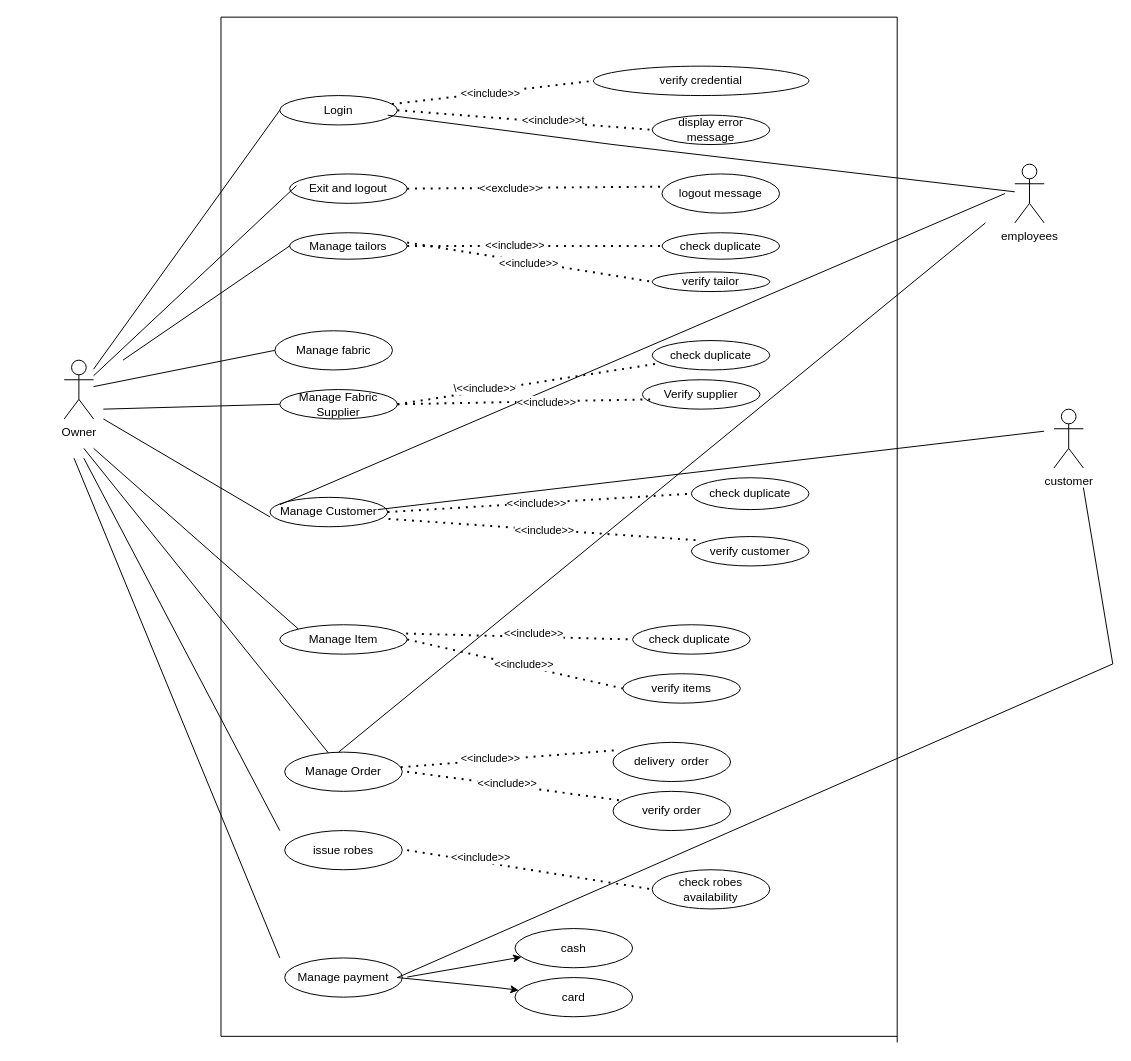
This is Untitled Diagram.drawio from sarasiVidumini/drawio, a draw.io file, before an edit. Source tidied: cells renumbered, new cells numbered last; positions are measured from the earlier drawing's top-left corner, leaving out a move shared by most shapes. Both pictures are drawn from the tidied source at 98%, with x=0, y=0 at pixel (64, 17).
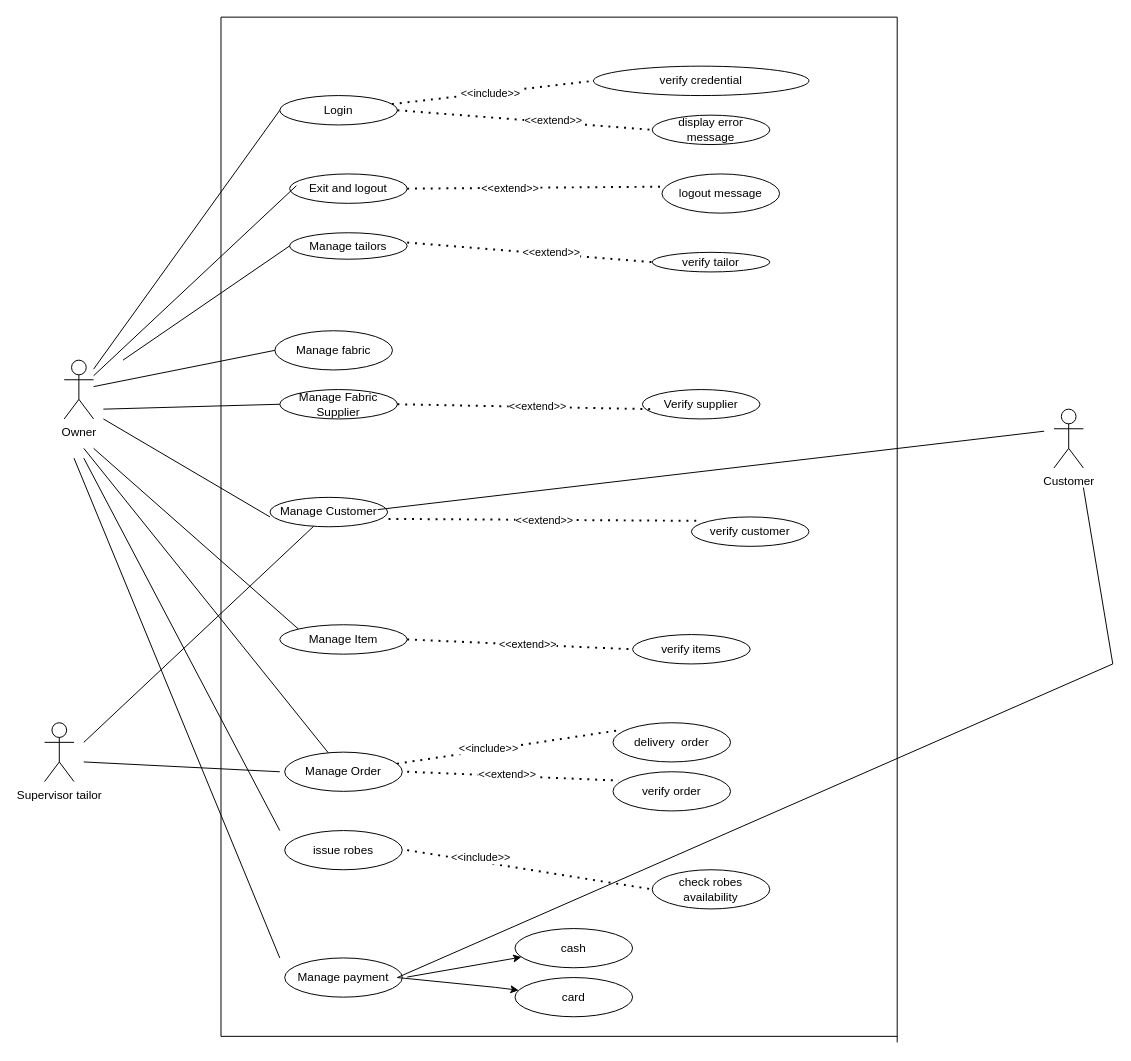
Above is the later version.

The change refers to these unchanged cells:
```xml
<mxCell id="4" value="Login" style="ellipse;whiteSpace=wrap;html=1;" parent="1" vertex="1">
  <mxGeometry x="220" y="80" width="120" height="30" as="geometry" />
</mxCell>
<mxCell id="6" value="Manage tailors" style="ellipse;whiteSpace=wrap;html=1;" parent="1" vertex="1">
  <mxGeometry x="230" y="220" width="120" height="27" as="geometry" />
</mxCell>
<mxCell id="11" value="Manage Fabric Supplier" style="ellipse;whiteSpace=wrap;html=1;" parent="1" vertex="1">
  <mxGeometry x="220" y="380" width="120" height="30" as="geometry" />
</mxCell>
<mxCell id="12" value="Manage Customer" style="ellipse;whiteSpace=wrap;html=1;" parent="1" vertex="1">
  <mxGeometry x="210" y="490" width="120" height="30" as="geometry" />
</mxCell>
<mxCell id="13" value="Manage Item" style="ellipse;whiteSpace=wrap;html=1;" parent="1" vertex="1">
  <mxGeometry x="220" y="620" width="130" height="30" as="geometry" />
</mxCell>
<mxCell id="52" style="endArrow=none;dashed=1;html=1;dashPattern=1 3;strokeWidth=2;rounded=0;exitX=1;exitY=0.5;exitDx=0;exitDy=0;entryX=0;entryY=0.5;entryDx=0;entryDy=0;" parent="1" edge="1" source="4" target="8">
  <mxGeometry relative="1" as="geometry" />
</mxCell>
<mxCell id="54" style="endArrow=none;dashed=1;html=1;dashPattern=1 3;strokeWidth=2;rounded=0;exitX=1;exitY=0.5;exitDx=0;exitDy=0;entryX=-0.008;entryY=0.325;entryDx=0;entryDy=0;entryPerimeter=0;" parent="1" edge="1" source="5" target="9">
  <mxGeometry relative="1" as="geometry" />
</mxCell>
<mxCell id="58" style="endArrow=none;dashed=1;html=1;dashPattern=1 3;strokeWidth=2;rounded=0;entryX=0;entryY=0.5;entryDx=0;entryDy=0;" parent="1" edge="1" target="20">
  <mxGeometry relative="1" as="geometry">
    <mxPoint x="350" y="230" as="sourcePoint" />
  </mxGeometry>
</mxCell>
<mxCell id="62" style="endArrow=none;dashed=1;html=1;dashPattern=1 3;strokeWidth=2;rounded=0;exitX=1;exitY=0.5;exitDx=0;exitDy=0;entryX=0.083;entryY=0.667;entryDx=0;entryDy=0;entryPerimeter=0;" parent="1" edge="1" source="11" target="19">
  <mxGeometry relative="1" as="geometry" />
</mxCell>
<mxCell id="66" style="endArrow=none;dashed=1;html=1;dashPattern=1 3;strokeWidth=2;rounded=0;exitX=1.008;exitY=0.733;exitDx=0;exitDy=0;exitPerimeter=0;entryX=0.075;entryY=0.133;entryDx=0;entryDy=0;entryPerimeter=0;" parent="1" edge="1" source="12" target="21">
  <mxGeometry relative="1" as="geometry" />
</mxCell>
<mxCell id="70" style="endArrow=none;dashed=1;html=1;dashPattern=1 3;strokeWidth=2;rounded=0;exitX=1;exitY=0.5;exitDx=0;exitDy=0;entryX=0;entryY=0.5;entryDx=0;entryDy=0;" parent="1" edge="1" source="13" target="31">
  <mxGeometry relative="1" as="geometry" />
</mxCell>
<mxCell id="74" style="endArrow=none;dashed=1;html=1;dashPattern=1 3;strokeWidth=2;rounded=0;entryX=0.05;entryY=0.225;entryDx=0;entryDy=0;entryPerimeter=0;" parent="1" edge="1" target="25">
  <mxGeometry relative="1" as="geometry">
    <mxPoint x="350" y="770" as="sourcePoint" />
  </mxGeometry>
</mxCell>
```

What changed in the source:
```diff
@@
-    <mxCell id="3" value="employees" style="shape=umlActor;verticalLabelPosition=bottom;verticalAlign=top;html=1;outlineConnect=0;" parent="1" vertex="1">
-      <mxGeometry x="970" y="150" width="30" height="60" as="geometry" />
-    </mxCell>
@@
-    <mxCell id="15" value="check duplicate" style="ellipse;whiteSpace=wrap;html=1;" parent="1" vertex="1">
-      <mxGeometry x="600" y="330" width="120" height="30" as="geometry" />
-    </mxCell>
-    <mxCell id="16" value="check duplicate" style="ellipse;whiteSpace=wrap;html=1;" parent="1" vertex="1">
-      <mxGeometry x="640" y="470" width="120" height="32.5" as="geometry" />
-    </mxCell>
-    <mxCell id="17" value="check duplicate" style="ellipse;whiteSpace=wrap;html=1;" parent="1" vertex="1">
-      <mxGeometry x="610" y="220" width="120" height="27" as="geometry" />
-    </mxCell>
-    <mxCell id="18" value="check duplicate&amp;nbsp;" style="ellipse;whiteSpace=wrap;html=1;" parent="1" vertex="1">
-      <mxGeometry x="580" y="620" width="120" height="30" as="geometry" />
-    </mxCell>
     <mxCell id="19" value="Verify supplier" style="ellipse;whiteSpace=wrap;html=1;" parent="1" vertex="1">
-      <mxGeometry x="590" y="370" width="120" height="30" as="geometry" />
+      <mxGeometry x="590" y="380" width="120" height="30" as="geometry" />
     </mxCell>
     <mxCell id="20" value="verify tailor" style="ellipse;whiteSpace=wrap;html=1;" parent="1" vertex="1">
-      <mxGeometry x="600" y="260" width="120" height="20" as="geometry" />
+      <mxGeometry x="600" y="240" width="120" height="20" as="geometry" />
     </mxCell>
     <mxCell id="21" value="verify customer" style="ellipse;whiteSpace=wrap;html=1;" parent="1" vertex="1">
-      <mxGeometry x="640" y="530" width="120" height="30" as="geometry" />
+      <mxGeometry x="640" y="510" width="120" height="30" as="geometry" />
     </mxCell>
@@
     <mxCell id="25" value="verify order" style="ellipse;whiteSpace=wrap;html=1;" parent="1" vertex="1">
-      <mxGeometry x="560" y="790" width="120" height="40" as="geometry" />
+      <mxGeometry x="560" y="770" width="120" height="40" as="geometry" />
     </mxCell>
@@
     <mxCell id="31" value="verify items" style="ellipse;whiteSpace=wrap;html=1;" parent="1" vertex="1">
-      <mxGeometry x="570" y="670" width="120" height="30" as="geometry" />
+      <mxGeometry x="580" y="630" width="120" height="30" as="geometry" />
     </mxCell>
     <mxCell id="32" value="delivery&amp;nbsp; order" style="ellipse;whiteSpace=wrap;html=1;" parent="1" vertex="1">
-      <mxGeometry x="560" y="740" width="120" height="40" as="geometry" />
+      <mxGeometry x="560" y="720" width="120" height="40" as="geometry" />
     </mxCell>
@@
-    <mxCell id="43" value="customer" style="shape=umlActor;verticalLabelPosition=bottom;verticalAlign=top;html=1;" parent="1" vertex="1">
+    <mxCell id="43" value="Customer" style="shape=umlActor;verticalLabelPosition=bottom;verticalAlign=top;html=1;" parent="1" vertex="1">
       <mxGeometry x="1010" y="400" width="30" height="60" as="geometry" />
     </mxCell>
-    <mxCell id="44" style="endArrow=none;html=1;rounded=0;exitX=0.917;exitY=0.667;exitDx=0;exitDy=0;exitPerimeter=0;" parent="1" edge="1" source="4" target="3">
-      <mxGeometry relative="1" as="geometry">
-        <Array as="points">
-          <mxPoint x="560" y="130" />
-        </Array>
-      </mxGeometry>
-    </mxCell>
-    <mxCell id="45" style="endArrow=none;html=1;rounded=0;" parent="1" edge="1">
-      <mxGeometry relative="1" as="geometry">
-        <mxPoint x="220" y="497.5" as="sourcePoint" />
-        <mxPoint x="960" y="180" as="targetPoint" />
-      </mxGeometry>
-    </mxCell>
-    <mxCell id="46" style="endArrow=none;html=1;rounded=0;" parent="1" edge="1">
-      <mxGeometry relative="1" as="geometry">
-        <mxPoint x="280" y="750" as="sourcePoint" />
-        <mxPoint x="940" y="210" as="targetPoint" />
-      </mxGeometry>
-    </mxCell>
@@
-    <mxCell id="53" value="&amp;lt;&amp;lt;include&amp;gt;&amp;gt;t" style="edgeLabel;html=1;align=center;verticalAlign=middle;" parent="52" vertex="1">
+    <mxCell id="53" value="&amp;lt;&amp;lt;extend&amp;gt;&amp;gt;" style="edgeLabel;html=1;align=center;verticalAlign=middle;" parent="52" vertex="1">
       <mxGeometry x="0.22" y="2" relative="1" as="geometry" />
     </mxCell>
@@
-    <mxCell id="55" value="&amp;lt;&amp;lt;exclude&amp;gt;&amp;gt;" style="edgeLabel;html=1;align=center;verticalAlign=middle;" parent="54" vertex="1">
+    <mxCell id="55" value="&amp;lt;&amp;lt;extend&amp;gt;&amp;gt;" style="edgeLabel;html=1;align=center;verticalAlign=middle;" parent="54" vertex="1">
       <mxGeometry x="-0.19" relative="1" as="geometry" />
     </mxCell>
-    <mxCell id="56" style="endArrow=none;dashed=1;html=1;dashPattern=1 3;strokeWidth=2;rounded=0;exitX=1;exitY=0.5;exitDx=0;exitDy=0;entryX=0;entryY=0.5;entryDx=0;entryDy=0;" parent="1" edge="1" source="6" target="17">
-      <mxGeometry relative="1" as="geometry" />
-    </mxCell>
-    <mxCell id="57" value="&amp;lt;&amp;lt;include&amp;gt;&amp;gt;" style="edgeLabel;html=1;align=center;verticalAlign=middle;" parent="56" vertex="1">
-      <mxGeometry x="-0.16" y="2" relative="1" as="geometry">
-        <mxPoint y="1" as="offset" />
-      </mxGeometry>
-    </mxCell>
@@
-    <mxCell id="59" value="&amp;lt;&amp;lt;include&amp;gt;&amp;gt;" style="edgeLabel;html=1;align=center;verticalAlign=middle;" parent="58" vertex="1">
-      <mxGeometry x="-0.01" y="-1" relative="1" as="geometry" />
-    </mxCell>
-    <mxCell id="60" style="endArrow=none;dashed=1;html=1;dashPattern=1 3;strokeWidth=2;rounded=0;exitX=1;exitY=0.5;exitDx=0;exitDy=0;" parent="1" edge="1" source="11" target="15">
-      <mxGeometry relative="1" as="geometry" />
-    </mxCell>
-    <mxCell id="61" value="\&amp;lt;&amp;lt;include&amp;gt;&amp;gt;" style="edgeLabel;html=1;align=center;verticalAlign=middle;" parent="60" vertex="1">
-      <mxGeometry x="-0.34" y="3" relative="1" as="geometry" />
-    </mxCell>
+    <mxCell id="83" value="&amp;lt;&amp;lt;extend&amp;gt;&amp;gt;" style="edgeLabel;html=1;align=center;verticalAlign=middle;" parent="58" vertex="1">
+      <mxGeometry x="0.17" y="2" relative="1" as="geometry" />
+    </mxCell>
@@
-    <mxCell id="63" value="&amp;lt;&amp;lt;include&amp;gt;&amp;gt;" style="edgeLabel;html=1;align=center;verticalAlign=middle;" parent="62" vertex="1">
-      <mxGeometry x="0.17" relative="1" as="geometry" />
-    </mxCell>
-    <mxCell id="64" style="endArrow=none;dashed=1;html=1;dashPattern=1 3;strokeWidth=2;rounded=0;exitX=1;exitY=0.5;exitDx=0;exitDy=0;entryX=0;entryY=0.5;entryDx=0;entryDy=0;" parent="1" edge="1" source="12" target="16">
-      <mxGeometry relative="1" as="geometry" />
-    </mxCell>
-    <mxCell id="65" value="&amp;lt;&amp;lt;include&amp;gt;&amp;gt;" style="edgeLabel;html=1;align=center;verticalAlign=middle;" parent="64" vertex="1">
-      <mxGeometry x="-0.02" relative="1" as="geometry" />
-    </mxCell>
+    <mxCell id="84" value="&amp;lt;&amp;lt;extend&amp;gt;&amp;gt;" style="edgeLabel;html=1;align=center;verticalAlign=middle;" parent="62" vertex="1">
+      <mxGeometry x="0.1" y="1" relative="1" as="geometry" />
+    </mxCell>
@@
-    <mxCell id="67" value="&amp;lt;&amp;lt;include&amp;gt;&amp;gt;" style="edgeLabel;html=1;align=center;verticalAlign=middle;" parent="66" vertex="1">
+    <mxCell id="67" value="&amp;lt;&amp;lt;extend&amp;gt;&amp;gt;" style="edgeLabel;html=1;align=center;verticalAlign=middle;" parent="66" vertex="1">
       <mxGeometry y="-1" relative="1" as="geometry" />
     </mxCell>
-    <mxCell id="68" style="endArrow=none;dashed=1;html=1;dashPattern=1 3;strokeWidth=2;rounded=0;exitX=0.992;exitY=0.3;exitDx=0;exitDy=0;exitPerimeter=0;entryX=0;entryY=0.5;entryDx=0;entryDy=0;" parent="1" edge="1" source="13" target="18">
-      <mxGeometry relative="1" as="geometry" />
-    </mxCell>
-    <mxCell id="69" value="&amp;lt;&amp;lt;include&amp;gt;&amp;gt;" style="edgeLabel;html=1;align=center;verticalAlign=middle;" parent="68" vertex="1">
-      <mxGeometry x="0.12" y="4" relative="1" as="geometry" />
-    </mxCell>
@@
-    <mxCell id="71" value="&amp;lt;&amp;lt;include&amp;gt;&amp;gt;" style="edgeLabel;html=1;align=center;verticalAlign=middle;" parent="70" vertex="1">
+    <mxCell id="71" value="&amp;lt;&amp;lt;extend&amp;gt;&amp;gt;" style="edgeLabel;html=1;align=center;verticalAlign=middle;" parent="70" vertex="1">
       <mxGeometry x="0.07" y="1" relative="1" as="geometry" />
     </mxCell>
@@
-    <mxCell id="75" value="&amp;lt;&amp;lt;include&amp;gt;&amp;gt;" style="edgeLabel;html=1;align=center;verticalAlign=middle;" parent="74" vertex="1">
+    <mxCell id="75" value="&amp;lt;&amp;lt;extend&amp;gt;&amp;gt;" style="edgeLabel;html=1;align=center;verticalAlign=middle;" parent="74" vertex="1">
       <mxGeometry x="-0.06" y="2" relative="1" as="geometry" />
     </mxCell>
@@
+    <mxCell id="85" value="Supervisor tailor" style="shape=umlActor;verticalLabelPosition=bottom;verticalAlign=top;html=1;" parent="1" vertex="1">
+      <mxGeometry x="-20" y="720" width="30" height="60" as="geometry" />
+    </mxCell>
+    <mxCell id="86" style="endArrow=none;html=1;rounded=0;" parent="1" edge="1">
+      <mxGeometry relative="1" as="geometry">
+        <mxPoint x="20" y="760" as="sourcePoint" />
+        <mxPoint x="220" y="770" as="targetPoint" />
+      </mxGeometry>
+    </mxCell>
+    <mxCell id="87" style="endArrow=none;html=1;rounded=0;" parent="1" edge="1" target="12">
+      <mxGeometry relative="1" as="geometry">
+        <mxPoint x="20" y="740" as="sourcePoint" />
+      </mxGeometry>
+    </mxCell>
```
